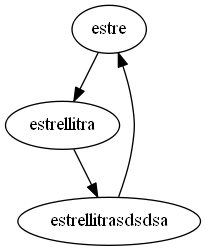
Earlier version of the Graphviz export PseudoScrable/grafoJugadores.png (EstrellitaArmas/Practica1s12017_201212919). Its source is kept beside it as PseudoScrable/grafoJugadores.dot.
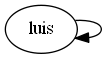
The same diagram one commit later.

Diff of the diagram source:
```diff
@@ -1,4 +1,4 @@
 digraph G{
 
-estre ->  estrellitra ->  estrellitrasdsdsa ->  estre ;
+luis ->  luis
  }
```
